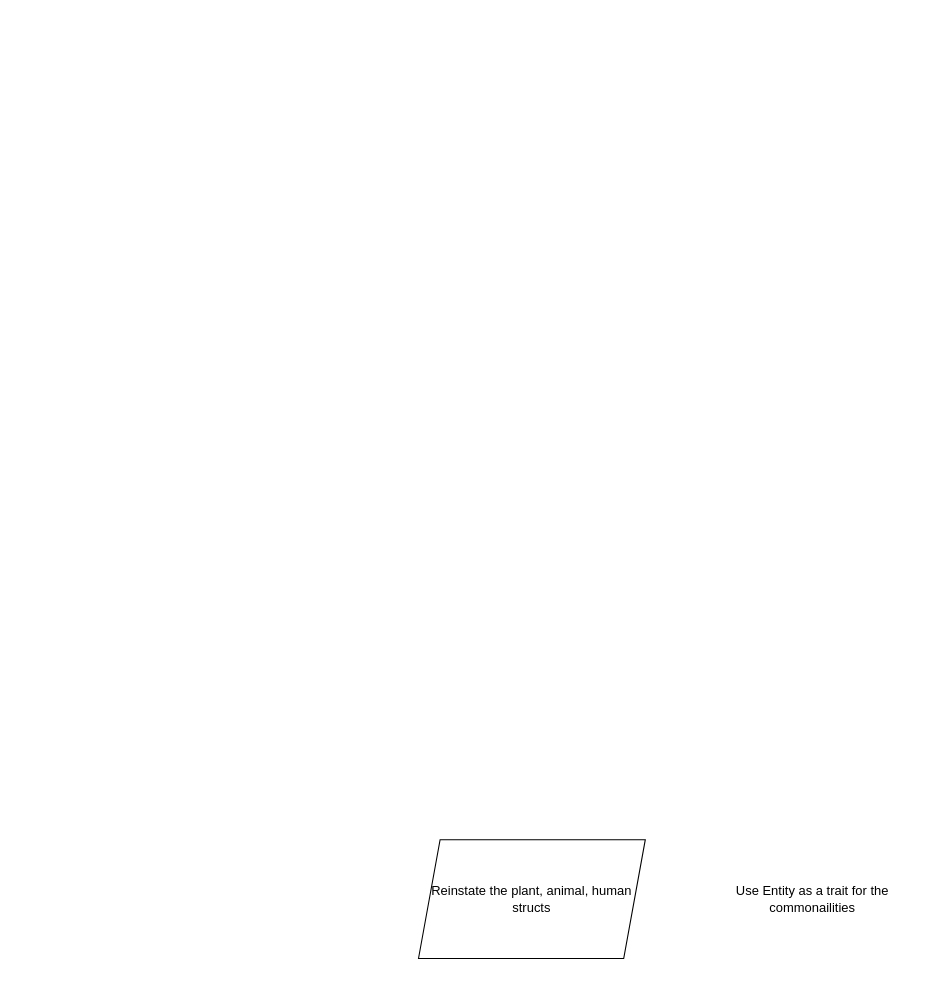
This is page "Dev Plan" (2 of 12) of life_sim.drawio from Gink3/life_simulation, a draw.io file, before an edit. Source tidied: cells renumbered, new cells numbered last; positions are measured from the earlier drawing's top-left corner, leaving out a move shared by most shapes. Both pictures are drawn from the tidied source at 108%, with x=0, y=0 at pixel (418, 839).
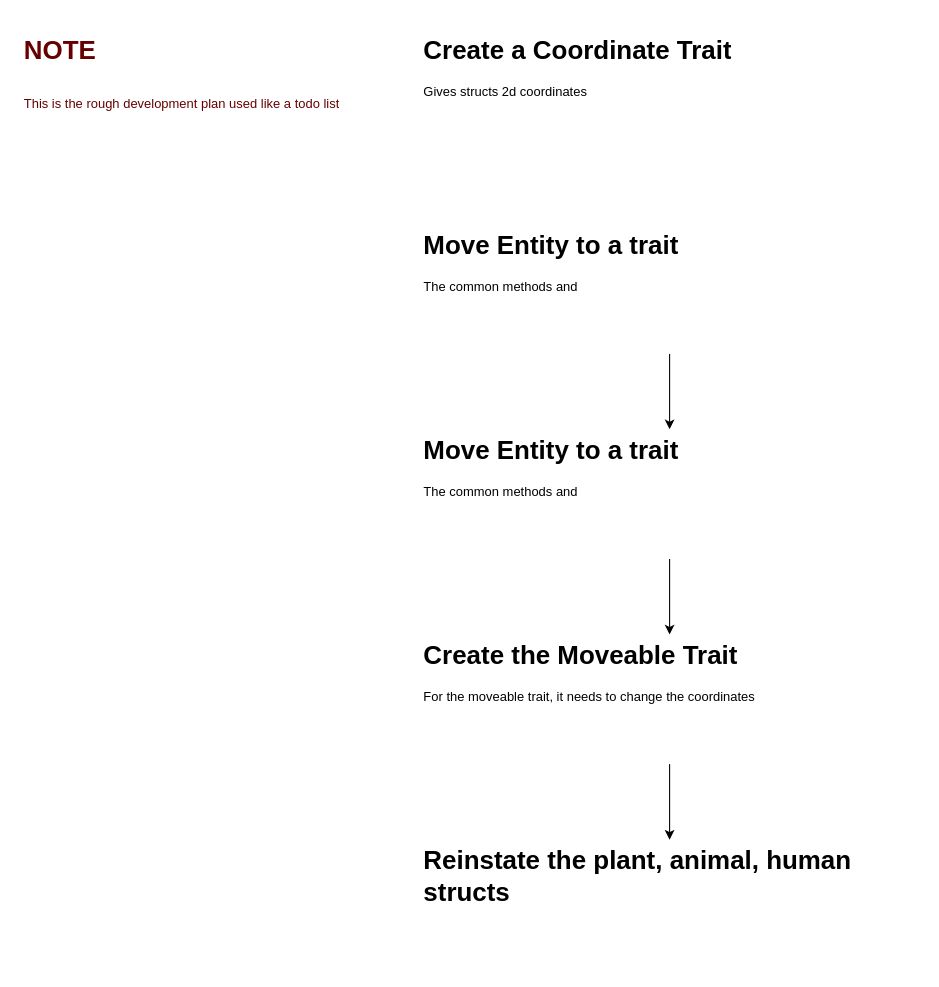
The same diagram, later.

Diff of the diagram source:
```diff
@@
 <mxGraphModel>
   <root>
     <mxCell id="0" />
     <mxCell id="1" parent="0" />
-    <mxCell id="2" value="Reinstate the plant, animal, human structs" style="shape=parallelogram;perimeter=parallelogramPerimeter;whiteSpace=wrap;html=1;fixedSize=1;" parent="1" vertex="1">
-      <mxGeometry width="210" height="110" as="geometry" />
+    <mxCell id="2" value="&lt;h1&gt;&lt;font color=&quot;#000000&quot;&gt;Reinstate the plant, animal, human structs&lt;/font&gt;&lt;/h1&gt;&lt;p&gt;&lt;br&gt;&lt;/p&gt;" style="text;html=1;strokeColor=none;fillColor=#FFFFFF;spacing=5;spacingTop=-20;whiteSpace=wrap;overflow=hidden;rounded=0;" parent="1" vertex="1">
+      <mxGeometry width="465" height="120" as="geometry" />
     </mxCell>
-    <mxCell id="3" value="Use Entity as a trait for the commonailities" style="text;html=1;strokeColor=none;fillColor=none;align=center;verticalAlign=middle;whiteSpace=wrap;rounded=0;" parent="1" vertex="1">
-      <mxGeometry x="285" width="160" height="110" as="geometry" />
-    </mxCell>
+    <mxCell id="4" style="edgeStyle=orthogonalEdgeStyle;rounded=0;jettySize=auto;html=1;" parent="1" edge="1" source="5" target="7">
+      <mxGeometry relative="1" as="geometry" />
+    </mxCell>
+    <mxCell id="5" value="&lt;h1&gt;&lt;font color=&quot;#000000&quot;&gt;Move Entity to a trait&lt;/font&gt;&lt;/h1&gt;&lt;div&gt;&lt;font color=&quot;#000000&quot;&gt;The common methods and&amp;nbsp;&lt;/font&gt;&lt;/div&gt;" style="text;html=1;strokeColor=none;fillColor=#FFFFFF;spacing=5;spacingTop=-20;whiteSpace=wrap;overflow=hidden;rounded=0;" parent="1" vertex="1">
+      <mxGeometry y="-380" width="465" height="120" as="geometry" />
+    </mxCell>
+    <mxCell id="6" style="edgeStyle=orthogonalEdgeStyle;rounded=0;jettySize=auto;html=1;" parent="1" edge="1" source="7" target="2">
+      <mxGeometry relative="1" as="geometry" />
+    </mxCell>
+    <mxCell id="7" value="&lt;h1&gt;&lt;font color=&quot;#000000&quot;&gt;Create the Moveable Trait&lt;/font&gt;&lt;/h1&gt;&lt;p&gt;&lt;font color=&quot;#000000&quot;&gt;For the moveable trait, it needs to change the coordinates&lt;/font&gt;&lt;/p&gt;" style="text;html=1;strokeColor=none;fillColor=#FFFFFF;spacing=5;spacingTop=-20;whiteSpace=wrap;overflow=hidden;rounded=0;" parent="1" vertex="1">
+      <mxGeometry y="-190" width="465" height="120" as="geometry" />
+    </mxCell>
+    <mxCell id="8" style="edgeStyle=orthogonalEdgeStyle;rounded=0;jettySize=auto;html=1;fontColor=#000000;" parent="1" edge="1" source="9" target="5">
+      <mxGeometry relative="1" as="geometry" />
+    </mxCell>
+    <mxCell id="9" value="&lt;h1&gt;&lt;font color=&quot;#000000&quot;&gt;Move Entity to a trait&lt;/font&gt;&lt;/h1&gt;&lt;div&gt;&lt;font color=&quot;#000000&quot;&gt;The common methods and&amp;nbsp;&lt;/font&gt;&lt;/div&gt;" style="text;html=1;strokeColor=none;fillColor=#FFFFFF;spacing=5;spacingTop=-20;whiteSpace=wrap;overflow=hidden;rounded=0;" parent="1" vertex="1">
+      <mxGeometry y="-570" width="465" height="120" as="geometry" />
+    </mxCell>
+    <mxCell id="10" value="&lt;h1&gt;&lt;span style=&quot;color: rgb(102 , 0 , 0)&quot;&gt;NOTE&lt;/span&gt;&lt;/h1&gt;&lt;h1&gt;&lt;span style=&quot;color: rgb(102 , 0 , 0) ; font-size: 12px ; font-weight: normal&quot;&gt;This is the rough development plan used like a todo list&lt;/span&gt;&lt;br&gt;&lt;/h1&gt;" style="text;html=1;strokeColor=none;fillColor=#FFFFFF;spacing=5;spacingTop=-20;whiteSpace=wrap;overflow=hidden;rounded=0;fontColor=#000000;" parent="1" vertex="1">
+      <mxGeometry x="-370" y="-750" width="310" height="120" as="geometry" />
+    </mxCell>
+    <mxCell id="11" value="&lt;h1&gt;&lt;font color=&quot;#000000&quot;&gt;Create a Coordinate Trait&lt;/font&gt;&lt;/h1&gt;&lt;div&gt;&lt;font color=&quot;#000000&quot;&gt;Gives structs 2d coordinates&lt;/font&gt;&lt;/div&gt;" style="text;html=1;strokeColor=none;fillColor=#FFFFFF;spacing=5;spacingTop=-20;whiteSpace=wrap;overflow=hidden;rounded=0;" parent="1" vertex="1">
+      <mxGeometry y="-750" width="465" height="120" as="geometry" />
+    </mxCell>
   </root>
 </mxGraphModel>
```
